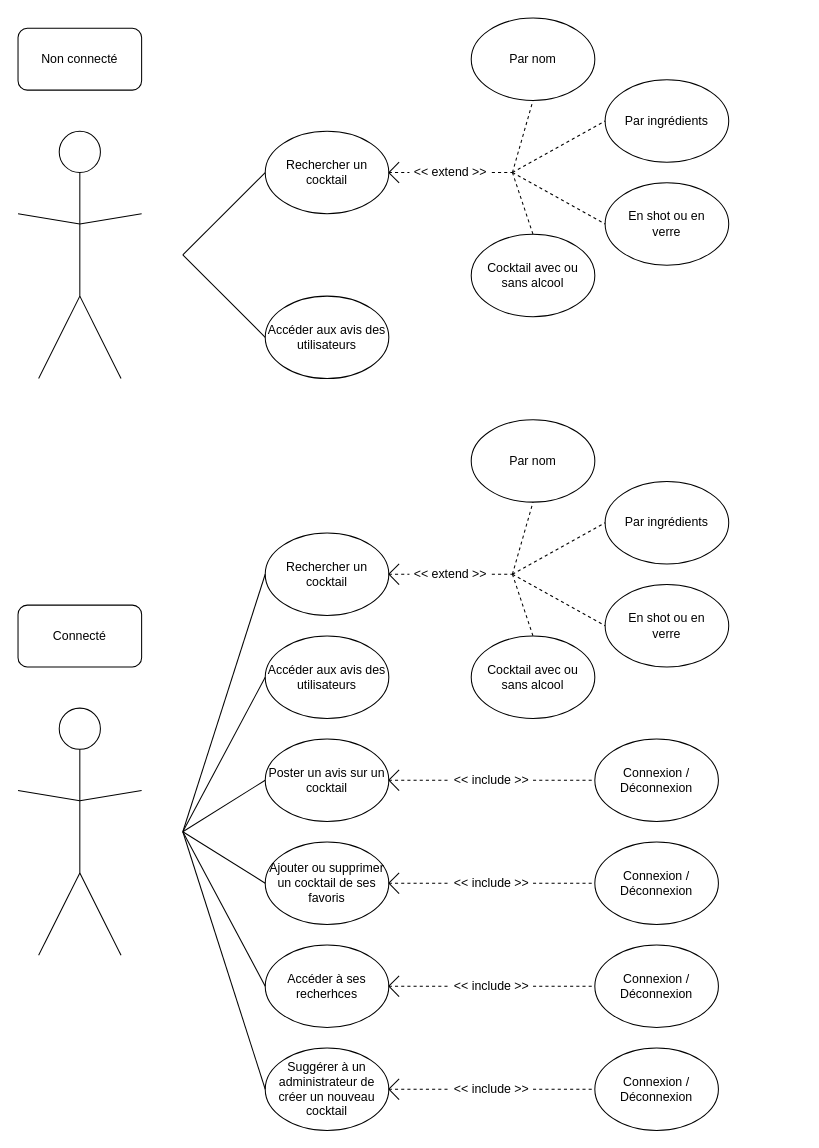
The draw.io diagram Diagramme de cas d'utilisation.drawio in wahib299/ProjetInfo2A, before the edit. Source tidied: cells renumbered, new cells numbered last; positions are measured from the earlier drawing's top-left corner, leaving out a move shared by most shapes. Both pictures are drawn from the tidied source at 103%, with x=0, y=0 at pixel (18, 18).
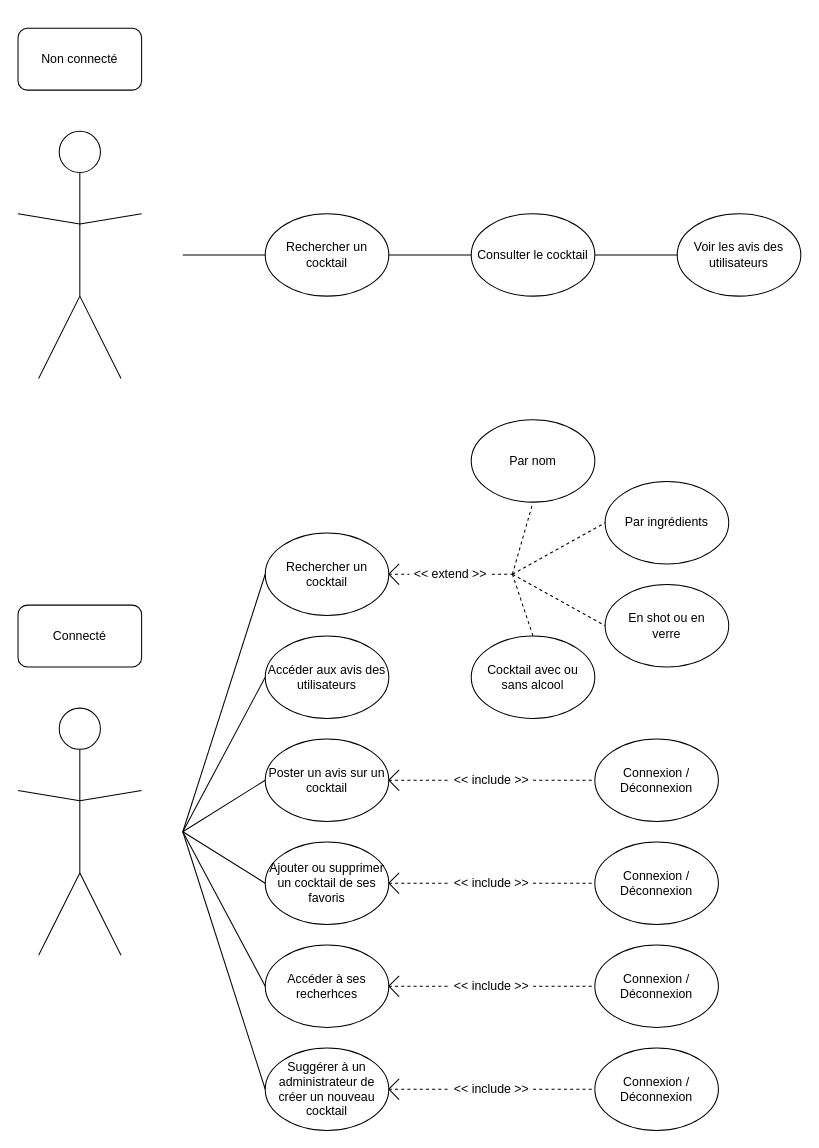
Above is the later version.

The edit, as a diff of the source:
```diff
@@
     <mxCell id="8" value="Rechercher un cocktail" style="ellipse;whiteSpace=wrap;html=1;" parent="1" vertex="1">
-      <mxGeometry x="240" y="110" width="120" height="80" as="geometry" />
+      <mxGeometry x="240" y="190" width="120" height="80" as="geometry" />
     </mxCell>
-    <mxCell id="9" value="Accéder aux avis des utilisateurs" style="ellipse;whiteSpace=wrap;html=1;" parent="1" vertex="1">
-      <mxGeometry x="240" y="270" width="120" height="80" as="geometry" />
+    <mxCell id="9" value="Voir les avis des utilisateurs" style="ellipse;whiteSpace=wrap;html=1;" parent="1" vertex="1">
+      <mxGeometry x="640" y="190" width="120" height="80" as="geometry" />
     </mxCell>
@@
-    <mxCell id="11" style="endArrow=none;html=1;entryX=0;entryY=0.5;entryDx=0;entryDy=0;" parent="1" edge="1" target="9">
-      <mxGeometry relative="1" as="geometry">
-        <mxPoint x="160" y="230" as="sourcePoint" />
-      </mxGeometry>
+    <mxCell id="11" style="endArrow=none;html=1;entryX=0;entryY=0.5;entryDx=0;entryDy=0;exitX=1;exitY=0.5;exitDx=0;exitDy=0;" parent="1" edge="1" source="82" target="9">
+      <mxGeometry relative="1" as="geometry" />
     </mxCell>
@@
-    <mxCell id="60" value="Par nom" style="ellipse;whiteSpace=wrap;html=1;" parent="1" vertex="1">
-      <mxGeometry x="440" width="120" height="80" as="geometry" />
-    </mxCell>
-    <mxCell id="61" value="En shot ou en&lt;br&gt;verre" style="ellipse;whiteSpace=wrap;html=1;" parent="1" vertex="1">
-      <mxGeometry x="570" y="160" width="120" height="80" as="geometry" />
-    </mxCell>
-    <mxCell id="62" value="Cocktail avec ou&lt;br&gt;sans alcool" style="ellipse;whiteSpace=wrap;html=1;" parent="1" vertex="1">
-      <mxGeometry x="440" y="210" width="120" height="80" as="geometry" />
-    </mxCell>
-    <mxCell id="63" value="Par ingrédients" style="ellipse;whiteSpace=wrap;html=1;" parent="1" vertex="1">
-      <mxGeometry x="570" y="60" width="120" height="80" as="geometry" />
-    </mxCell>
-    <mxCell id="64" style="endArrow=none;html=1;" parent="1" edge="1">
-      <mxGeometry relative="1" as="geometry">
-        <mxPoint x="360" y="150" as="sourcePoint" />
-        <mxPoint x="370" y="140" as="targetPoint" />
-      </mxGeometry>
-    </mxCell>
-    <mxCell id="65" style="endArrow=none;html=1;" parent="1" edge="1">
-      <mxGeometry relative="1" as="geometry">
-        <mxPoint x="360" y="150" as="sourcePoint" />
-        <mxPoint x="370" y="160" as="targetPoint" />
-      </mxGeometry>
-    </mxCell>
-    <mxCell id="66" style="endArrow=none;dashed=1;html=1;entryX=0;entryY=0.5;entryDx=0;entryDy=0;" parent="1" edge="1" target="67">
-      <mxGeometry relative="1" as="geometry">
-        <mxPoint x="360" y="150" as="sourcePoint" />
-      </mxGeometry>
-    </mxCell>
-    <mxCell id="67" value="&amp;lt;&amp;lt; extend &amp;gt;&amp;gt;" style="text;html=1;strokeColor=none;fillColor=none;align=center;verticalAlign=middle;whiteSpace=wrap;rounded=0;" parent="1" vertex="1">
-      <mxGeometry x="380" y="140" width="80" height="20" as="geometry" />
-    </mxCell>
-    <mxCell id="68" style="endArrow=none;dashed=1;html=1;entryX=0.5;entryY=1;entryDx=0;entryDy=0;" parent="1" edge="1">
-      <mxGeometry relative="1" as="geometry">
-        <mxPoint x="480" y="150" as="sourcePoint" />
-        <mxPoint x="500" y="80" as="targetPoint" />
-      </mxGeometry>
-    </mxCell>
-    <mxCell id="69" style="endArrow=none;dashed=1;html=1;entryX=0;entryY=0.5;entryDx=0;entryDy=0;" parent="1" edge="1">
-      <mxGeometry relative="1" as="geometry">
-        <mxPoint x="480" y="150" as="sourcePoint" />
-        <mxPoint x="570" y="100" as="targetPoint" />
-      </mxGeometry>
-    </mxCell>
-    <mxCell id="70" style="endArrow=none;dashed=1;html=1;entryX=0;entryY=0.5;entryDx=0;entryDy=0;" parent="1" edge="1">
-      <mxGeometry relative="1" as="geometry">
-        <mxPoint x="480" y="150" as="sourcePoint" />
-        <mxPoint x="570" y="200" as="targetPoint" />
-      </mxGeometry>
-    </mxCell>
-    <mxCell id="71" style="endArrow=none;dashed=1;html=1;entryX=0.5;entryY=0;entryDx=0;entryDy=0;" parent="1" edge="1">
-      <mxGeometry relative="1" as="geometry">
-        <mxPoint x="480" y="150" as="sourcePoint" />
-        <mxPoint x="500" y="210" as="targetPoint" />
-      </mxGeometry>
-    </mxCell>
-    <mxCell id="72" style="endArrow=none;dashed=1;html=1;exitX=1;exitY=0.5;exitDx=0;exitDy=0;" parent="1" edge="1" source="67">
-      <mxGeometry relative="1" as="geometry">
-        <mxPoint x="480" y="150" as="targetPoint" />
-      </mxGeometry>
-    </mxCell>
@@
+    <mxCell id="82" value="Consulter le cocktail" style="ellipse;whiteSpace=wrap;html=1;" parent="1" vertex="1">
+      <mxGeometry x="440" y="190" width="120" height="80" as="geometry" />
+    </mxCell>
+    <mxCell id="83" style="endArrow=none;html=1;entryX=0;entryY=0.5;entryDx=0;entryDy=0;" parent="1" edge="1" target="82">
+      <mxGeometry relative="1" as="geometry">
+        <mxPoint x="360" y="230" as="sourcePoint" />
+      </mxGeometry>
+    </mxCell>
```
